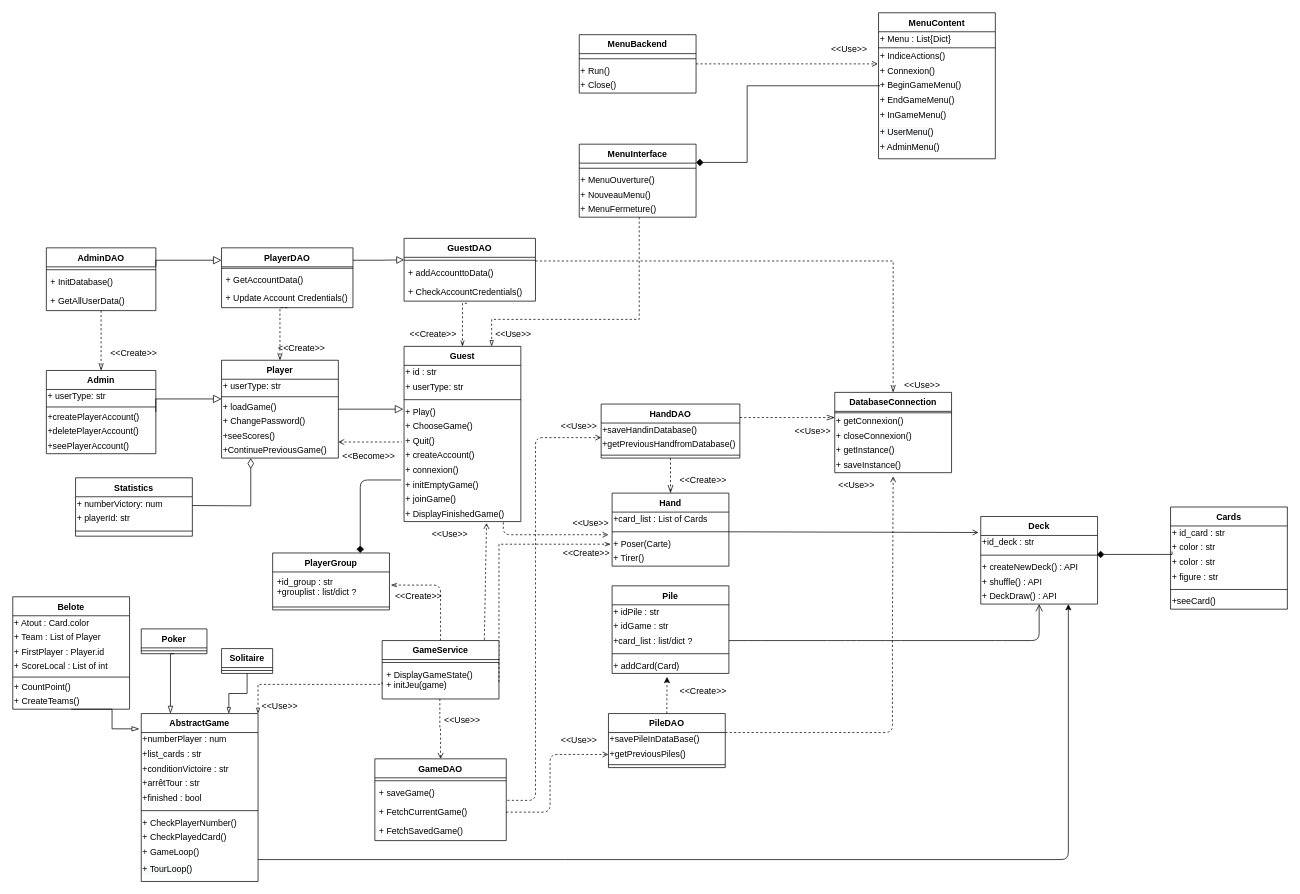
The draw.io diagram Diagrams/ClassDiagram.drawio in MailineN/ProjetInfo2A, before the edit. Source tidied: cells renumbered, new cells numbered last; positions are measured from the earlier drawing's top-left corner, leaving out a move shared by most shapes. Both pictures are drawn from the tidied source at 73%, with x=0, y=0 at pixel (12, 12).
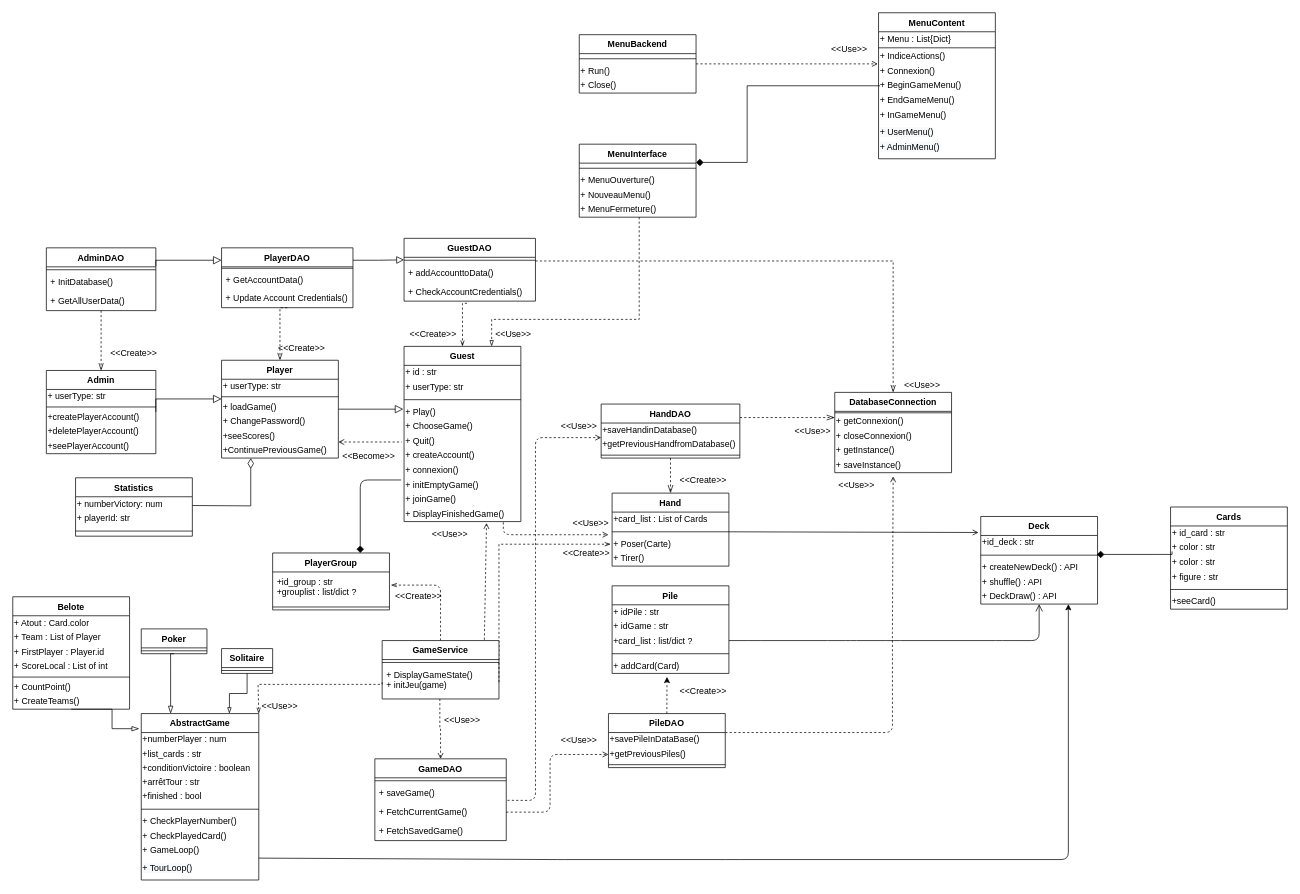
After the change.

Change to the diagram source:
```diff
@@
     <mxCell id="95" value="AbstractGame" style="swimlane;fontStyle=1;align=center;verticalAlign=top;horizontal=1;startSize=26;" parent="1" vertex="1">
-      <mxGeometry x="176" y="960" width="160" height="230" as="geometry" />
+      <mxGeometry x="176" y="960" width="161" height="228" as="geometry" />
     </mxCell>
     <mxCell id="96" value="+numberPlayer : num" style="text;html=1;align=left;verticalAlign=middle;fontColor=none;" parent="95" vertex="1">
-      <mxGeometry y="26" width="160" height="20" as="geometry" />
+      <mxGeometry y="26" width="161" height="20" as="geometry" />
     </mxCell>
     <mxCell id="97" value="+list_cards : str" style="text;html=1;align=left;verticalAlign=middle;fontColor=none;" parent="95" vertex="1">
-      <mxGeometry y="46" width="160" height="20" as="geometry" />
+      <mxGeometry y="46" width="161" height="20" as="geometry" />
     </mxCell>
-    <mxCell id="98" value="+conditionVictoire : str" style="text;html=1;align=left;verticalAlign=middle;fontColor=none;" parent="95" vertex="1">
-      <mxGeometry y="66" width="160" height="20" as="geometry" />
+    <mxCell id="98" value="+conditionVictoire : boolean&amp;nbsp;" style="text;html=1;align=left;verticalAlign=middle;fontColor=none;" parent="95" vertex="1">
+      <mxGeometry y="66" width="161" height="18" as="geometry" />
     </mxCell>
     <mxCell id="99" value="+arrêtTour : str" style="text;html=1;align=left;verticalAlign=middle;fontColor=none;" parent="95" vertex="1">
-      <mxGeometry y="86" width="160" height="20" as="geometry" />
+      <mxGeometry y="84" width="161" height="20" as="geometry" />
     </mxCell>
     <mxCell id="100" value="+finished : bool" style="text;html=1;align=left;verticalAlign=middle;fontColor=none;" parent="95" vertex="1">
-      <mxGeometry y="106" width="160" height="20" as="geometry" />
+      <mxGeometry y="104" width="161" height="20" as="geometry" />
     </mxCell>
     <mxCell id="101" style="line;strokeWidth=1;fillColor=none;align=left;verticalAlign=middle;spacingTop=-1;spacingLeft=3;spacingRight=3;labelPosition=right;" parent="95" vertex="1">
-      <mxGeometry y="126" width="160" height="14" as="geometry" />
+      <mxGeometry y="124" width="161" height="14" as="geometry" />
     </mxCell>
     <mxCell id="102" value="+ CheckPlayerNumber()" style="text;html=1;align=left;verticalAlign=middle;fontColor=none;" parent="95" vertex="1">
-      <mxGeometry y="140" width="160" height="20" as="geometry" />
+      <mxGeometry y="138" width="161" height="20" as="geometry" />
     </mxCell>
     <mxCell id="103" value="+ CheckPlayedCard()" style="text;html=1;align=left;verticalAlign=middle;fontColor=none;" parent="95" vertex="1">
-      <mxGeometry y="160" width="160" height="20" as="geometry" />
+      <mxGeometry y="158" width="161" height="20" as="geometry" />
     </mxCell>
     <mxCell id="104" value="+ GameLoop()" style="text;html=1;align=left;verticalAlign=middle;fontColor=none;" parent="95" vertex="1">
-      <mxGeometry y="180" width="160" height="20" as="geometry" />
+      <mxGeometry y="178" width="161" height="20" as="geometry" />
     </mxCell>
     <mxCell id="105" value="&lt;span style=&quot;color: rgb(0 , 0 , 0) ; font-family: &amp;#34;helvetica&amp;#34; ; font-size: 12px ; font-style: normal ; font-weight: 400 ; letter-spacing: normal ; text-align: left ; text-indent: 0px ; text-transform: none ; word-spacing: 0px ; background-color: rgb(248 , 249 , 250) ; display: inline ; float: none&quot;&gt;+ TourLoop()&lt;/span&gt;" style="text;whiteSpace=wrap;html=1;" parent="95" vertex="1">
-      <mxGeometry y="200" width="160" height="30" as="geometry" />
+      <mxGeometry y="198" width="161" height="30" as="geometry" />
     </mxCell>
```
